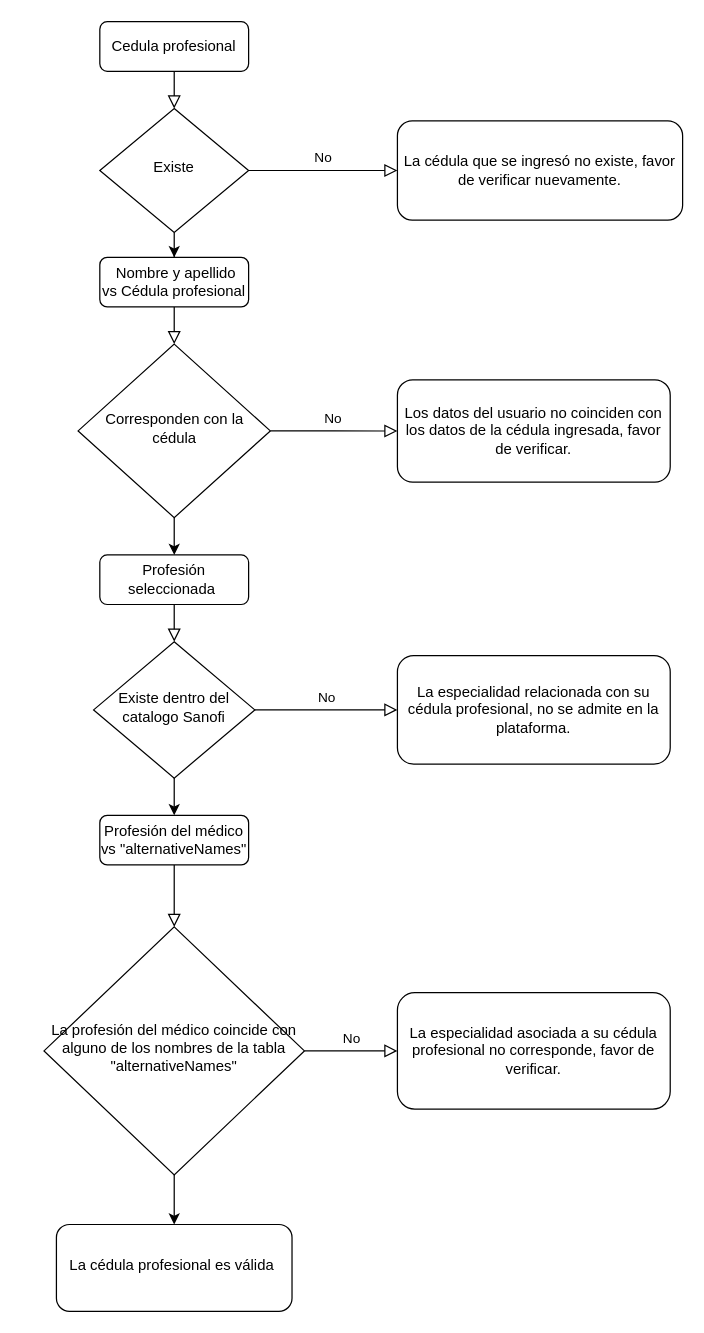
JeovannyNava/MyFirstApp keeps this draw.io diagram as Diagrama sin título.drawio. Above is the earlier version. Source tidied: cells renumbered, new cells numbered last; positions are measured from the earlier drawing's top-left corner, leaving out a move shared by most shapes. Both pictures are drawn from the tidied source at 124%, with x=0, y=0 at pixel (43, 21).
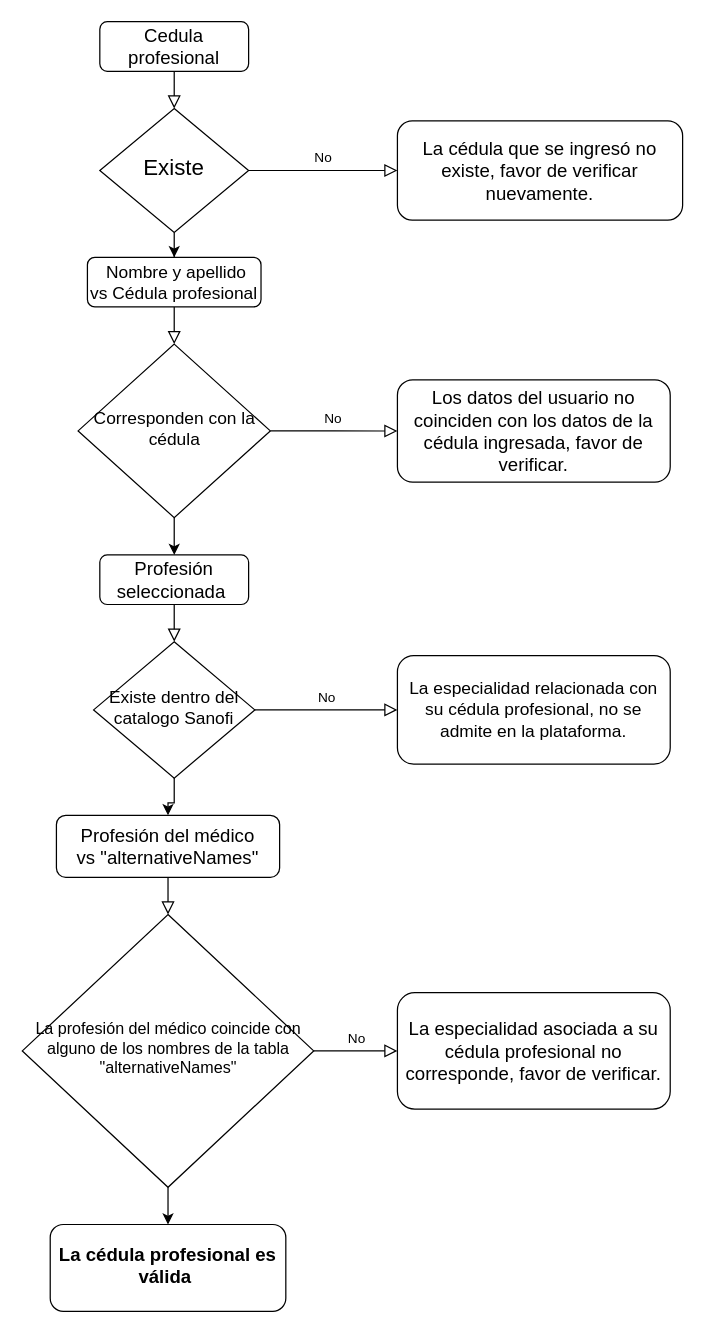
The same page after the edit.

Diff of the diagram source:
```diff
@@
-    <mxCell id="3" value="Cedula profesional" style="rounded=1;whiteSpace=wrap;html=1;fontSize=12;glass=0;strokeWidth=1;shadow=0;" parent="1" vertex="1">
+    <mxCell id="3" value="Cedula profesional" style="rounded=1;whiteSpace=wrap;html=1;fontSize=15;glass=0;strokeWidth=1;shadow=0;" parent="1" vertex="1">
       <mxGeometry x="45" width="120" height="40" as="geometry" />
     </mxCell>
@@
-    <mxCell id="6" value="Existe" style="rhombus;whiteSpace=wrap;html=1;shadow=0;fontFamily=Helvetica;fontSize=12;align=center;strokeWidth=1;spacing=6;spacingTop=-4;" parent="1" vertex="1">
+    <mxCell id="6" value="Existe" style="rhombus;whiteSpace=wrap;html=1;shadow=0;fontFamily=Helvetica;fontSize=18;align=center;strokeWidth=1;spacing=6;spacingTop=-4;" parent="1" vertex="1">
       <mxGeometry x="45" y="70" width="120" height="100" as="geometry" />
     </mxCell>
-    <mxCell id="7" value="La cédula que se ingresó no existe, favor de verificar nuevamente." style="rounded=1;whiteSpace=wrap;html=1;fontSize=12;glass=0;strokeWidth=1;shadow=0;" parent="1" vertex="1">
+    <mxCell id="7" value="La cédula que se ingresó no existe, favor de verificar nuevamente." style="rounded=1;whiteSpace=wrap;html=1;fontSize=15;glass=0;strokeWidth=1;shadow=0;" parent="1" vertex="1">
       <mxGeometry x="285" y="80" width="230" height="80" as="geometry" />
     </mxCell>
@@
-    <mxCell id="9" value="&amp;nbsp;Nombre y apellido&lt;br&gt;vs Cédula profesional" style="rounded=1;whiteSpace=wrap;html=1;fontSize=12;glass=0;strokeWidth=1;shadow=0;" parent="1" vertex="1">
-      <mxGeometry x="45" y="190" width="120" height="40" as="geometry" />
+    <mxCell id="9" value="&amp;nbsp;Nombre y apellido&lt;br style=&quot;font-size: 14px;&quot;&gt;vs Cédula profesional" style="rounded=1;whiteSpace=wrap;html=1;fontSize=14;glass=0;strokeWidth=1;shadow=0;" parent="1" vertex="1">
+      <mxGeometry x="35" y="190" width="140" height="40" as="geometry" />
     </mxCell>
@@
-    <mxCell id="12" value="Corresponden con la cédula" style="rhombus;whiteSpace=wrap;html=1;shadow=0;fontFamily=Helvetica;fontSize=12;align=center;strokeWidth=1;spacing=6;spacingTop=-4;" parent="1" vertex="1">
+    <mxCell id="12" value="Corresponden con la cédula" style="rhombus;whiteSpace=wrap;html=1;shadow=0;fontFamily=Helvetica;fontSize=14;align=center;strokeWidth=1;spacing=6;spacingTop=-4;" parent="1" vertex="1">
       <mxGeometry x="27.5" y="260" width="155" height="140" as="geometry" />
     </mxCell>
-    <mxCell id="13" value="Los datos del usuario no coinciden con los datos de la cédula ingresada, favor de verificar." style="rounded=1;whiteSpace=wrap;html=1;fontSize=12;glass=0;strokeWidth=1;shadow=0;" parent="1" vertex="1">
+    <mxCell id="13" value="Los datos del usuario no coinciden con los datos de la cédula ingresada, favor de verificar." style="rounded=1;whiteSpace=wrap;html=1;fontSize=15;glass=0;strokeWidth=1;shadow=0;" parent="1" vertex="1">
       <mxGeometry x="285" y="288.8" width="220" height="82.5" as="geometry" />
     </mxCell>
@@
-    <mxCell id="15" value="Profesión seleccionada&amp;nbsp;" style="rounded=1;whiteSpace=wrap;html=1;fontSize=12;glass=0;strokeWidth=1;shadow=0;" parent="1" vertex="1">
+    <mxCell id="15" value="Profesión seleccionada&amp;nbsp;" style="rounded=1;whiteSpace=wrap;html=1;fontSize=15;glass=0;strokeWidth=1;shadow=0;" parent="1" vertex="1">
       <mxGeometry x="45" y="430" width="120" height="40" as="geometry" />
     </mxCell>
@@
-    <mxCell id="18" value="Existe dentro del catalogo Sanofi" style="rhombus;whiteSpace=wrap;html=1;shadow=0;fontFamily=Helvetica;fontSize=12;align=center;strokeWidth=1;spacing=6;spacingTop=-4;" parent="1" vertex="1">
+    <mxCell id="18" value="Existe dentro del catalogo Sanofi" style="rhombus;whiteSpace=wrap;html=1;shadow=0;fontFamily=Helvetica;fontSize=14;align=center;strokeWidth=1;spacing=6;spacingTop=-4;" parent="1" vertex="1">
       <mxGeometry x="40" y="500" width="130" height="110" as="geometry" />
     </mxCell>
-    <mxCell id="19" value="La especialidad relacionada con su cédula profesional, no se admite en la plataforma." style="rounded=1;whiteSpace=wrap;html=1;fontSize=12;glass=0;strokeWidth=1;shadow=0;" parent="1" vertex="1">
+    <mxCell id="19" value="La especialidad relacionada con su cédula profesional, no se admite en la plataforma." style="rounded=1;whiteSpace=wrap;html=1;fontSize=14;glass=0;strokeWidth=1;shadow=0;" parent="1" vertex="1">
       <mxGeometry x="285" y="511.2" width="220" height="87.5" as="geometry" />
     </mxCell>
@@
-    <mxCell id="21" value="Profesión del médico&lt;br&gt;vs &quot;alternativeNames&quot;" style="rounded=1;whiteSpace=wrap;html=1;fontSize=12;glass=0;strokeWidth=1;shadow=0;" parent="1" vertex="1">
-      <mxGeometry x="45" y="640" width="120" height="40" as="geometry" />
+    <mxCell id="21" value="Profesión del médico&lt;br style=&quot;font-size: 15px;&quot;&gt;vs &quot;alternativeNames&quot;" style="rounded=1;whiteSpace=wrap;html=1;fontSize=15;glass=0;strokeWidth=1;shadow=0;" parent="1" vertex="1">
+      <mxGeometry x="10" y="640" width="180" height="50" as="geometry" />
     </mxCell>
@@
-    <mxCell id="24" value="La profesión del médico coincide con alguno de los nombres de la tabla &quot;alternativeNames&quot;" style="rhombus;whiteSpace=wrap;html=1;shadow=0;fontFamily=Helvetica;fontSize=12;align=center;strokeWidth=1;spacing=6;spacingTop=-4;" parent="1" vertex="1">
-      <mxGeometry y="730" width="210" height="200" as="geometry" />
+    <mxCell id="24" value="La profesión del médico coincide con alguno de los nombres de la tabla &quot;alternativeNames&quot;" style="rhombus;whiteSpace=wrap;html=1;shadow=0;fontFamily=Helvetica;fontSize=13;align=center;strokeWidth=1;spacing=6;spacingTop=-4;" parent="1" vertex="1">
+      <mxGeometry x="-17.5" y="720" width="235" height="220" as="geometry" />
     </mxCell>
-    <mxCell id="25" value="La especialidad asociada a su cédula profesional no corresponde, favor de verificar." style="rounded=1;whiteSpace=wrap;html=1;fontSize=12;glass=0;strokeWidth=1;shadow=0;" parent="1" vertex="1">
+    <mxCell id="25" value="La especialidad asociada a su cédula profesional no corresponde, favor de verificar." style="rounded=1;whiteSpace=wrap;html=1;fontSize=15;glass=0;strokeWidth=1;shadow=0;" parent="1" vertex="1">
       <mxGeometry x="285" y="783.1" width="220" height="93.8" as="geometry" />
     </mxCell>
-    <mxCell id="26" value="La cédula profesional es válida&amp;nbsp;" style="rounded=1;whiteSpace=wrap;html=1;shadow=0;strokeWidth=1;spacing=6;spacingTop=-4;" parent="1" vertex="1">
-      <mxGeometry x="10" y="970" width="190" height="70" as="geometry" />
+    <mxCell id="26" value="La cédula profesional es válida&amp;nbsp;" style="rounded=1;whiteSpace=wrap;html=1;shadow=0;strokeWidth=1;spacing=6;spacingTop=-4;fontSize=15;fontStyle=1;" parent="1" vertex="1">
+      <mxGeometry x="5" y="970" width="190" height="70" as="geometry" />
     </mxCell>
```
